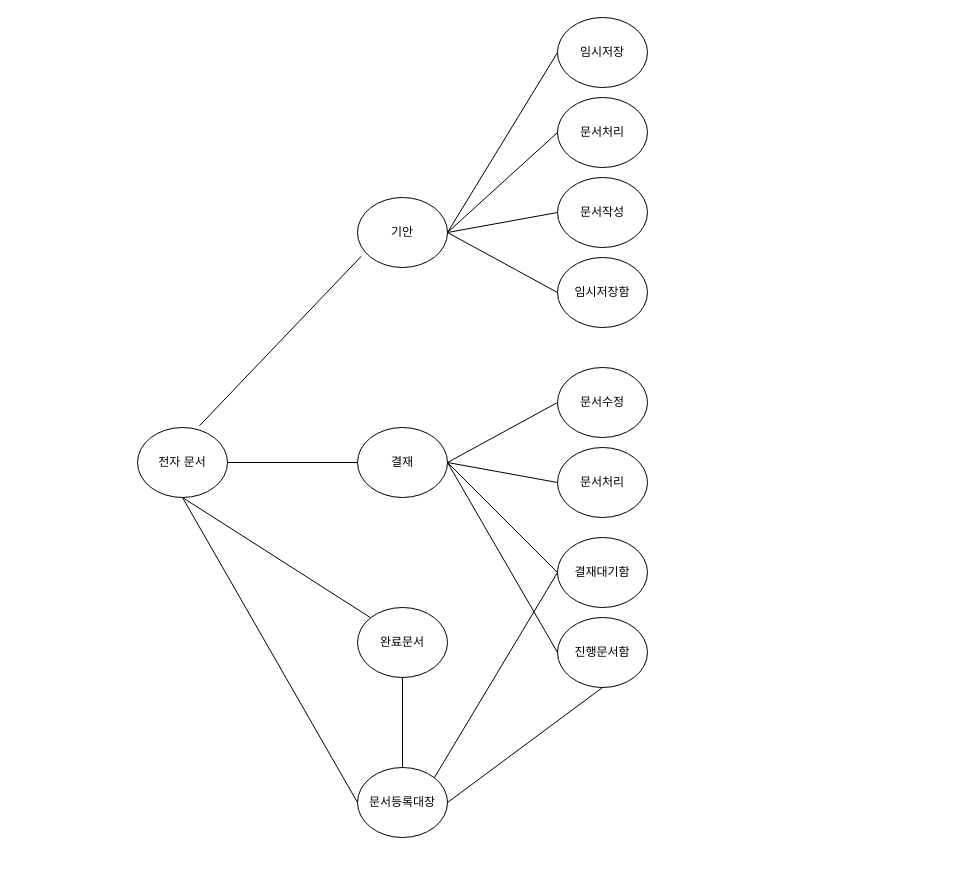
iamheonil/KHSemiProject keeps this draw.io diagram as css/Untitled Diagram.drawio. Above is the earlier version. Source tidied: cells renumbered, new cells numbered last; positions are measured from the earlier drawing's top-left corner, leaving out a move shared by most shapes. Both pictures are drawn from the tidied source at 100%, with x=0, y=0 at pixel (137, 17).
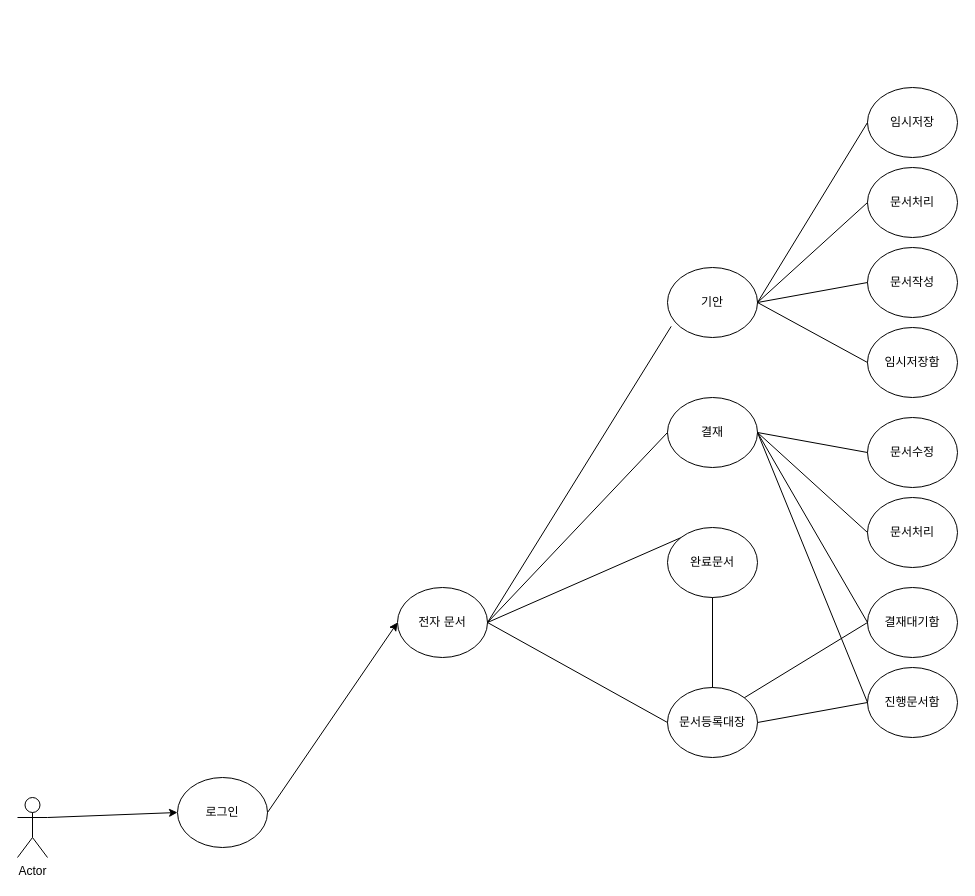
After the change.

Change to the diagram source:
```diff
@@
     <mxCell id="2" value="전자 문서" style="ellipse;whiteSpace=wrap;html=1;" parent="1" vertex="1">
-      <mxGeometry y="410" width="90" height="70" as="geometry" />
+      <mxGeometry x="260" y="570" width="90" height="70" as="geometry" />
     </mxCell>
     <mxCell id="3" value="기안" style="ellipse;whiteSpace=wrap;html=1;" parent="1" vertex="1">
-      <mxGeometry x="220" y="180" width="90" height="70" as="geometry" />
+      <mxGeometry x="530" y="250" width="90" height="70" as="geometry" />
     </mxCell>
     <mxCell id="4" value="결재" style="ellipse;whiteSpace=wrap;html=1;" parent="1" vertex="1">
-      <mxGeometry x="220" y="410" width="90" height="70" as="geometry" />
+      <mxGeometry x="530" y="380" width="90" height="70" as="geometry" />
     </mxCell>
     <mxCell id="5" value="완료문서" style="ellipse;whiteSpace=wrap;html=1;" parent="1" vertex="1">
-      <mxGeometry x="220" y="590" width="90" height="70" as="geometry" />
+      <mxGeometry x="530" y="510" width="90" height="70" as="geometry" />
     </mxCell>
     <mxCell id="6" value="문서등록대장" style="ellipse;whiteSpace=wrap;html=1;" parent="1" vertex="1">
-      <mxGeometry x="220" y="750" width="90" height="70" as="geometry" />
+      <mxGeometry x="530" y="670" width="90" height="70" as="geometry" />
     </mxCell>
     <mxCell id="7" value="임시저장" style="ellipse;whiteSpace=wrap;html=1;" parent="1" vertex="1">
-      <mxGeometry x="420" width="90" height="70" as="geometry" />
+      <mxGeometry x="730" y="70" width="90" height="70" as="geometry" />
     </mxCell>
     <mxCell id="8" value="문서처리" style="ellipse;whiteSpace=wrap;html=1;" parent="1" vertex="1">
-      <mxGeometry x="420" y="80" width="90" height="70" as="geometry" />
+      <mxGeometry x="730" y="150" width="90" height="70" as="geometry" />
     </mxCell>
     <mxCell id="9" value="문서작성" style="ellipse;whiteSpace=wrap;html=1;" parent="1" vertex="1">
-      <mxGeometry x="420" y="160" width="90" height="70" as="geometry" />
+      <mxGeometry x="730" y="230" width="90" height="70" as="geometry" />
     </mxCell>
     <mxCell id="10" value="임시저장함" style="ellipse;whiteSpace=wrap;html=1;" parent="1" vertex="1">
-      <mxGeometry x="420" y="240" width="90" height="70" as="geometry" />
+      <mxGeometry x="730" y="310" width="90" height="70" as="geometry" />
     </mxCell>
     <mxCell id="11" value="문서수정" style="ellipse;whiteSpace=wrap;html=1;" parent="1" vertex="1">
-      <mxGeometry x="420" y="350" width="90" height="70" as="geometry" />
+      <mxGeometry x="730" y="400" width="90" height="70" as="geometry" />
     </mxCell>
     <mxCell id="12" value="문서처리" style="ellipse;whiteSpace=wrap;html=1;" parent="1" vertex="1">
-      <mxGeometry x="420" y="430" width="90" height="70" as="geometry" />
+      <mxGeometry x="730" y="480" width="90" height="70" as="geometry" />
     </mxCell>
     <mxCell id="13" value="결재대기함" style="ellipse;whiteSpace=wrap;html=1;" parent="1" vertex="1">
-      <mxGeometry x="420" y="520" width="90" height="70" as="geometry" />
+      <mxGeometry x="730" y="570" width="90" height="70" as="geometry" />
     </mxCell>
     <mxCell id="14" value="진행문서함" style="ellipse;whiteSpace=wrap;html=1;" parent="1" vertex="1">
-      <mxGeometry x="420" y="600" width="90" height="70" as="geometry" />
+      <mxGeometry x="730" y="650" width="90" height="70" as="geometry" />
     </mxCell>
-    <mxCell id="15" style="endArrow=none;html=1;entryX=0.041;entryY=0.841;entryDx=0;entryDy=0;entryPerimeter=0;exitX=0.688;exitY=-0.024;exitDx=0;exitDy=0;exitPerimeter=0;" parent="1" edge="1" source="2" target="3">
+    <mxCell id="15" style="endArrow=none;html=1;entryX=0.041;entryY=0.841;entryDx=0;entryDy=0;entryPerimeter=0;exitX=1;exitY=0.5;exitDx=0;exitDy=0;" parent="1" edge="1" source="2" target="3">
       <mxGeometry relative="1" as="geometry" />
     </mxCell>
@@
-    <mxCell id="17" style="endArrow=none;html=1;entryX=0.5;entryY=1;entryDx=0;entryDy=0;exitX=0;exitY=0;exitDx=0;exitDy=0;" parent="1" edge="1" source="5" target="2">
+    <mxCell id="17" style="endArrow=none;html=1;entryX=1;entryY=0.5;entryDx=0;entryDy=0;exitX=0;exitY=0;exitDx=0;exitDy=0;" parent="1" edge="1" source="5" target="2">
       <mxGeometry relative="1" as="geometry" />
     </mxCell>
@@
-    <mxCell id="26" style="endArrow=none;html=1;entryX=0.5;entryY=1;entryDx=0;entryDy=0;exitX=0;exitY=0.5;exitDx=0;exitDy=0;" parent="1" edge="1" source="6" target="2">
+    <mxCell id="26" style="endArrow=none;html=1;entryX=1;entryY=0.5;entryDx=0;entryDy=0;exitX=0;exitY=0.5;exitDx=0;exitDy=0;" parent="1" edge="1" source="6" target="2">
       <mxGeometry relative="1" as="geometry" />
     </mxCell>
@@
-    <mxCell id="28" style="endArrow=none;html=1;exitX=1;exitY=0.5;exitDx=0;exitDy=0;entryX=0.5;entryY=1;entryDx=0;entryDy=0;" parent="1" edge="1" source="6" target="14">
+    <mxCell id="28" style="endArrow=none;html=1;exitX=1;exitY=0.5;exitDx=0;exitDy=0;entryX=0;entryY=0.5;entryDx=0;entryDy=0;" parent="1" edge="1" source="6" target="14">
       <mxGeometry relative="1" as="geometry" />
     </mxCell>
@@
+    <mxCell id="30" value="Actor" style="shape=umlActor;verticalLabelPosition=bottom;labelBackgroundColor=#ffffff;verticalAlign=top;html=1;outlineConnect=0;" parent="1" vertex="1">
+      <mxGeometry x="-120" y="780" width="30" height="60" as="geometry" />
+    </mxCell>
+    <mxCell id="31" value="로그인" style="ellipse;whiteSpace=wrap;html=1;" parent="1" vertex="1">
+      <mxGeometry x="40" y="760" width="90" height="70" as="geometry" />
+    </mxCell>
+    <mxCell id="32" style="endArrow=classic;html=1;entryX=0;entryY=0.5;entryDx=0;entryDy=0;exitX=1;exitY=0.3333333333333333;exitDx=0;exitDy=0;exitPerimeter=0;" parent="1" edge="1" source="30" target="31">
+      <mxGeometry relative="1" as="geometry" />
+    </mxCell>
+    <mxCell id="33" style="edgeStyle=orthogonalEdgeStyle;rounded=0;orthogonalLoop=1;jettySize=auto;html=1;exitX=0.5;exitY=1;exitDx=0;exitDy=0;" parent="1" edge="1" source="31" target="31">
+      <mxGeometry relative="1" as="geometry" />
+    </mxCell>
+    <mxCell id="34" style="endArrow=classic;html=1;entryX=0;entryY=0.5;entryDx=0;entryDy=0;exitX=1;exitY=0.5;exitDx=0;exitDy=0;" parent="1" edge="1" source="31" target="2">
+      <mxGeometry relative="1" as="geometry" />
+    </mxCell>
```
